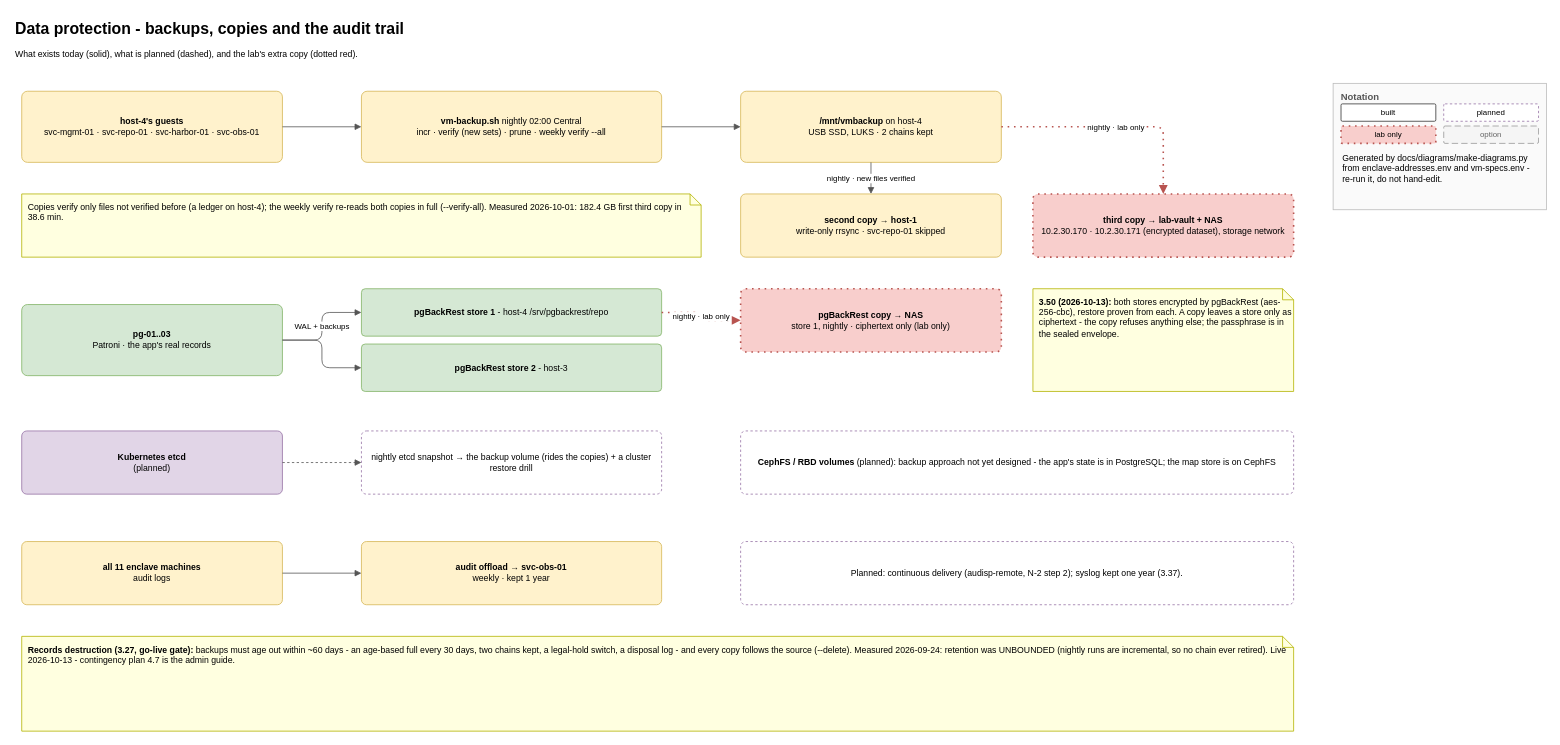
Above: page "6 - Data protection" (7 of 7) of docs/diagrams/enclave-all-pages.drawio in mcveybrian-ship-it/canonical-k8s (draw.io), before the change. Source tidied: cells renumbered, new cells numbered last; positions are measured from the earlier drawing's top-left corner, leaving out a move shared by most shapes. Both pictures are drawn from the tidied source at 79%, with x=0, y=0 at pixel (13, 13).
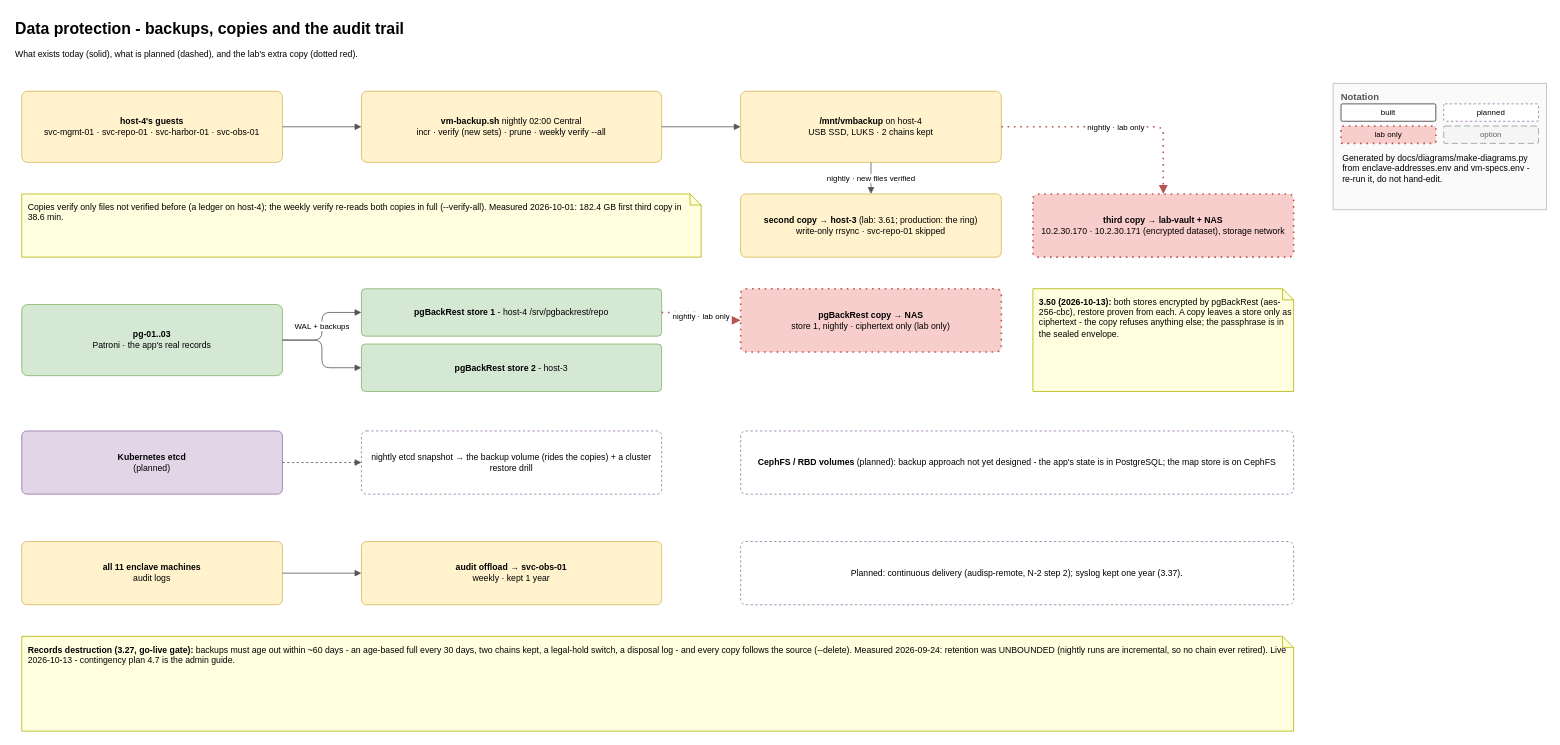
After the change.

Change to the diagram source:
```diff
@@
-    <mxCell id="13" value="&lt;b&gt;second copy → host-1&lt;/b&gt;&lt;br&gt;write-only rrsync · svc-repo-01 skipped" style="rounded=1;whiteSpace=wrap;html=1;arcSize=8;fillColor=#fff2cc;strokeColor=#d6b656;fontSize=11;" parent="1" vertex="1">
+    <mxCell id="13" value="&lt;b&gt;second copy → host-3&lt;/b&gt; (lab: 3.61; production: the ring)&lt;br&gt;write-only rrsync · svc-repo-01 skipped" style="rounded=1;whiteSpace=wrap;html=1;arcSize=8;fillColor=#fff2cc;strokeColor=#d6b656;fontSize=11;" parent="1" vertex="1">
       <mxGeometry x="920" y="228" width="330" height="80" as="geometry" />
     </mxCell>
```
